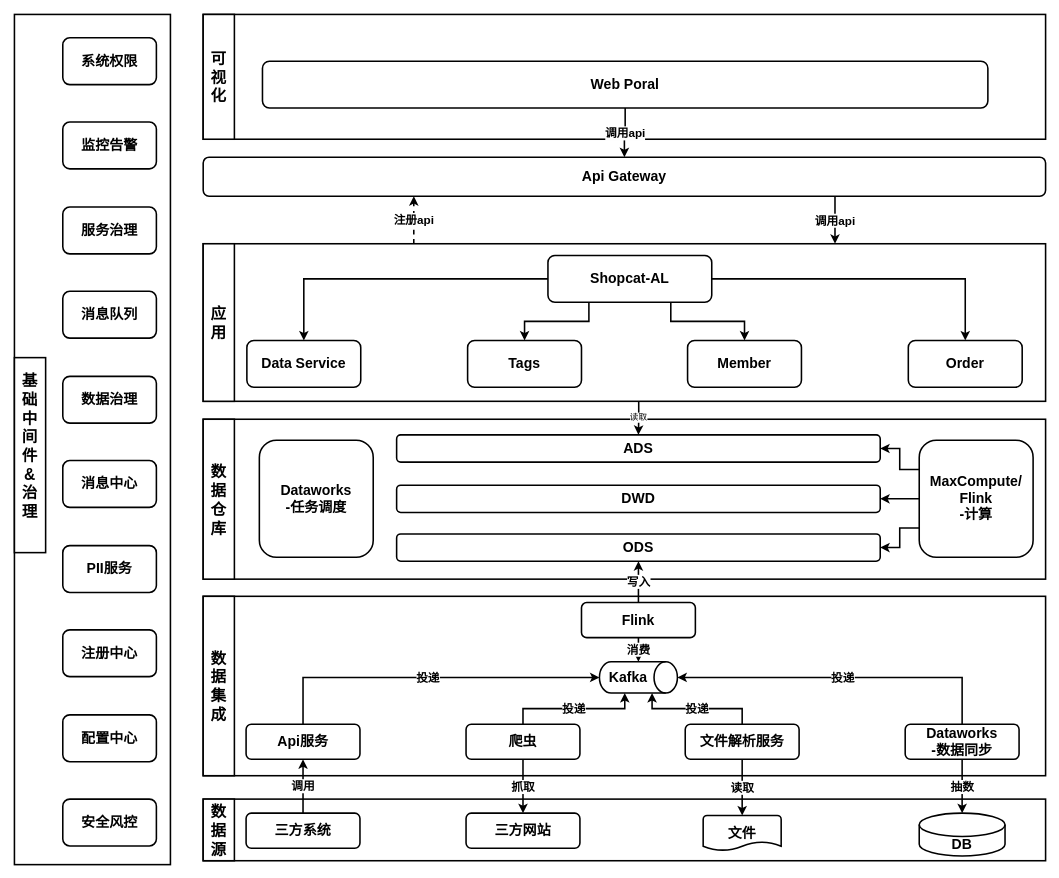
Before: page "BBI&CRM融合架构" (16 of 16) of indicator-platform.drawio in jackie-thank/beego-authz, a draw.io diagram. Source tidied: cells renumbered, new cells numbered last; positions are measured from the earlier drawing's top-left corner, leaving out a move shared by most shapes. Both pictures are drawn from the tidied source at 78%, with x=0, y=0 at pixel (14, 14).
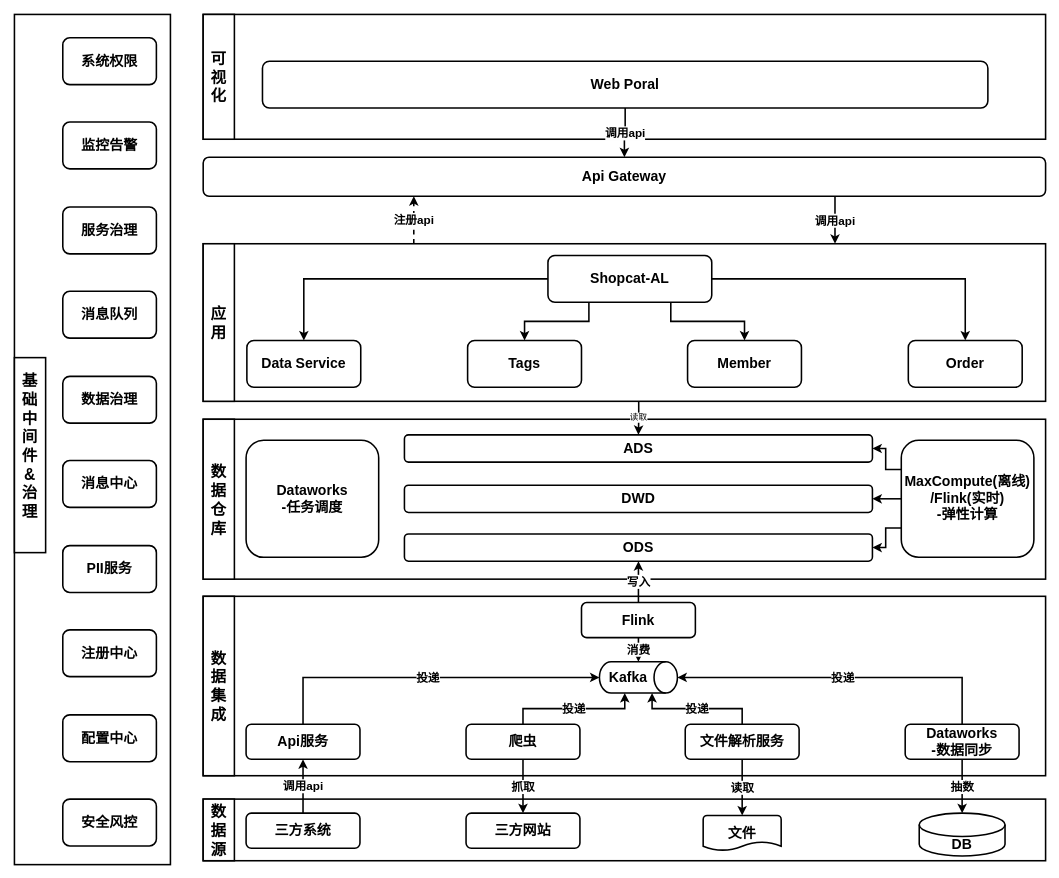
After the change.

The change refers to these unchanged cells:
```xml
<mxCell id="45" value="Api服务" style="rounded=1;whiteSpace=wrap;html=1;strokeWidth=2;fontSize=18;fontStyle=1;" parent="1" vertex="1">
  <mxGeometry x="297" y="910" width="146" height="45" as="geometry" />
</mxCell>
<mxCell id="48" value="三方系统" style="rounded=1;whiteSpace=wrap;html=1;strokeWidth=2;fontSize=18;fontStyle=1;" parent="1" vertex="1">
  <mxGeometry x="297" y="1024" width="146" height="45" as="geometry" />
</mxCell>
```

What changed in the source:
```diff
@@
     <mxCell id="14" value="ODS" style="rounded=1;whiteSpace=wrap;html=1;strokeWidth=2;fontSize=18;fontStyle=1;" parent="1" vertex="1">
-      <mxGeometry x="490" y="666" width="620" height="35" as="geometry" />
+      <mxGeometry x="500" y="666" width="600" height="35" as="geometry" />
     </mxCell>
@@
     <mxCell id="23" value="DWD" style="rounded=1;whiteSpace=wrap;html=1;strokeWidth=2;fontSize=18;fontStyle=1;" parent="1" vertex="1">
-      <mxGeometry x="490" y="603.5" width="620" height="35" as="geometry" />
+      <mxGeometry x="500" y="603.5" width="600" height="35" as="geometry" />
     </mxCell>
     <mxCell id="24" value="ADS" style="rounded=1;whiteSpace=wrap;html=1;strokeWidth=2;fontSize=18;fontStyle=1;" parent="1" vertex="1">
-      <mxGeometry x="490" y="539" width="620" height="35" as="geometry" />
+      <mxGeometry x="500" y="539" width="600" height="35" as="geometry" />
     </mxCell>
@@
-    <mxCell id="36" value="&lt;div&gt;MaxCompute/&lt;/div&gt;&lt;div&gt;Flink&lt;/div&gt;&lt;div&gt;-计算&lt;br&gt;&lt;/div&gt;" style="rounded=1;whiteSpace=wrap;html=1;strokeWidth=2;fontSize=18;fontStyle=1;" parent="1" vertex="1">
-      <mxGeometry x="1160" y="546" width="146" height="150" as="geometry" />
+    <mxCell id="36" value="&lt;div&gt;MaxCompute(离线)&lt;/div&gt;&lt;div&gt;/Flink(实时)&lt;/div&gt;&lt;div&gt;-弹性计算&lt;br&gt;&lt;/div&gt;" style="rounded=1;whiteSpace=wrap;html=1;strokeWidth=2;fontSize=18;fontStyle=1;" parent="1" vertex="1">
+      <mxGeometry x="1137" y="546" width="170" height="150" as="geometry" />
     </mxCell>
     <mxCell id="37" value="&lt;div&gt;Dataworks&lt;/div&gt;&lt;div&gt;-任务调度&lt;br&gt;&lt;/div&gt;" style="rounded=1;whiteSpace=wrap;html=1;strokeWidth=2;fontSize=18;fontStyle=1;" parent="1" vertex="1">
-      <mxGeometry x="314" y="546" width="146" height="150" as="geometry" />
+      <mxGeometry x="297" y="546" width="170" height="150" as="geometry" />
     </mxCell>
@@
-    <mxCell id="47" value="调用" style="edgeStyle=orthogonalEdgeStyle;rounded=0;jettySize=auto;html=1;exitX=0.5;exitY=0;exitDx=0;exitDy=0;entryX=0.5;entryY=1;entryDx=0;entryDy=0;strokeWidth=2;fontStyle=1;fontSize=15;" parent="1" edge="1" source="48" target="45">
+    <mxCell id="47" value="调用api" style="edgeStyle=orthogonalEdgeStyle;rounded=0;jettySize=auto;html=1;exitX=0.5;exitY=0;exitDx=0;exitDy=0;entryX=0.5;entryY=1;entryDx=0;entryDy=0;strokeWidth=2;fontStyle=1;fontSize=15;" parent="1" edge="1" source="48" target="45">
       <mxGeometry relative="1" as="geometry" />
     </mxCell>
```
